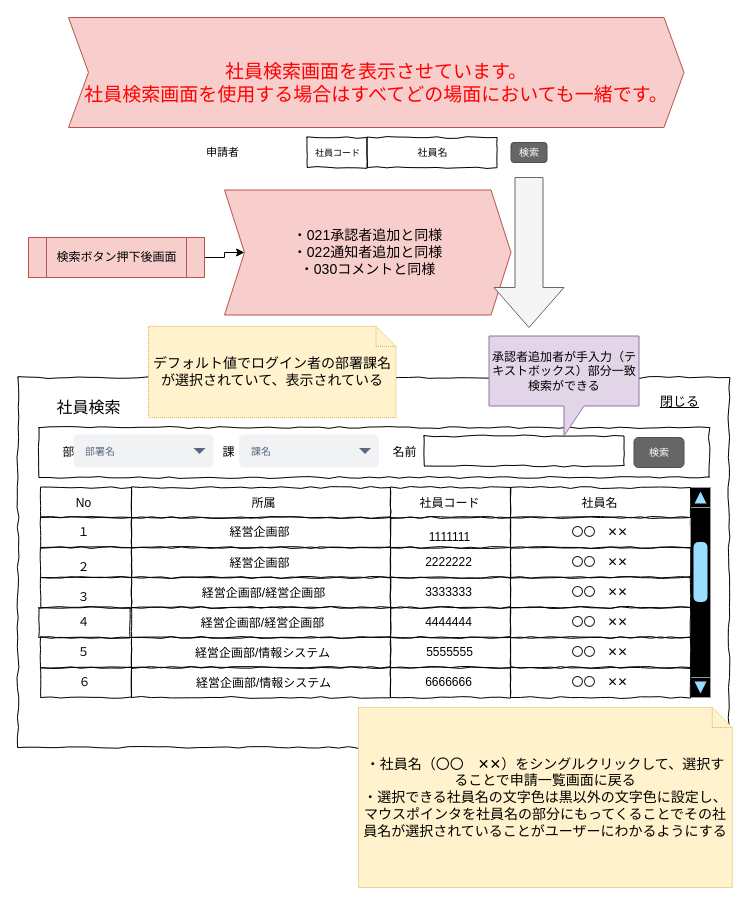
haphuongnt96/Django-REST-Practice keeps this draw.io diagram as page "s012申請者選択" (4 of 10) of docs/設計資料/01_画面/画面イメージ.drawio. Above is the earlier version. Source tidied: cells renumbered, new cells numbered last; positions are measured from the earlier drawing's top-left corner, leaving out a move shared by most shapes. Both pictures are drawn from the tidied source at 100%, with x=0, y=0 at pixel (18, 17).
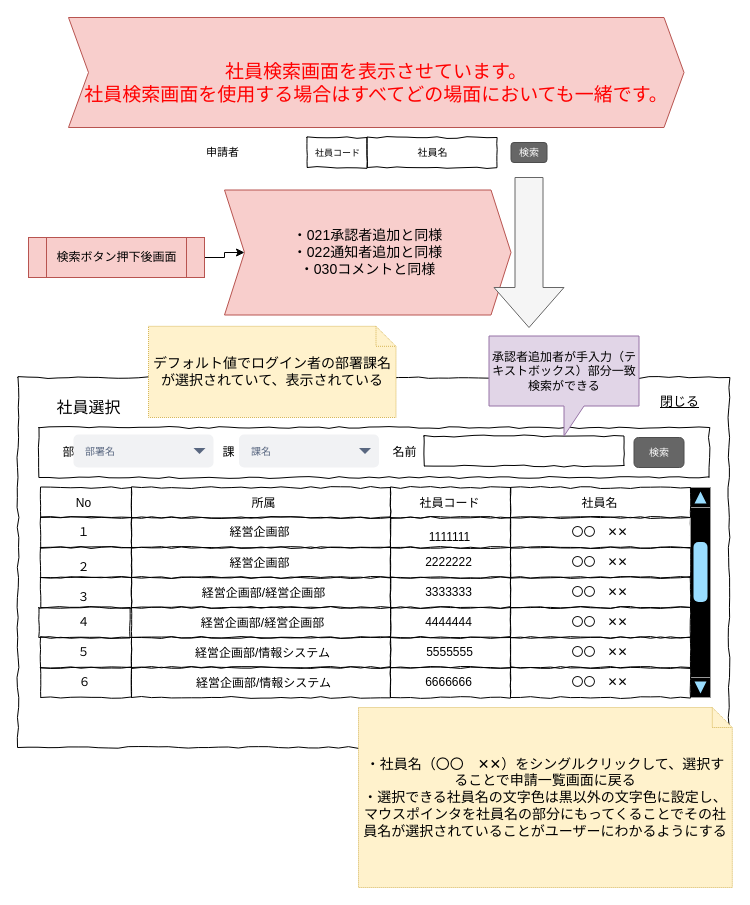
After the change.

What changed in the source:
```diff
@@
-    <mxCell id="5" value="&lt;font style=&quot;font-size: 16px&quot;&gt;社員検索&lt;/font&gt;" style="text;html=1;align=center;verticalAlign=middle;fillColor=none;strokeColor=none;rounded=0;dashed=1;fontSize=14;" parent="1" vertex="1">
+    <mxCell id="5" value="&lt;font style=&quot;font-size: 16px&quot;&gt;社員選択&lt;/font&gt;" style="text;html=1;align=center;verticalAlign=middle;fillColor=none;strokeColor=none;rounded=0;dashed=1;fontSize=14;" parent="1" vertex="1">
       <mxGeometry x="29.5" y="380" width="80" height="20" as="geometry" />
     </mxCell>
```
